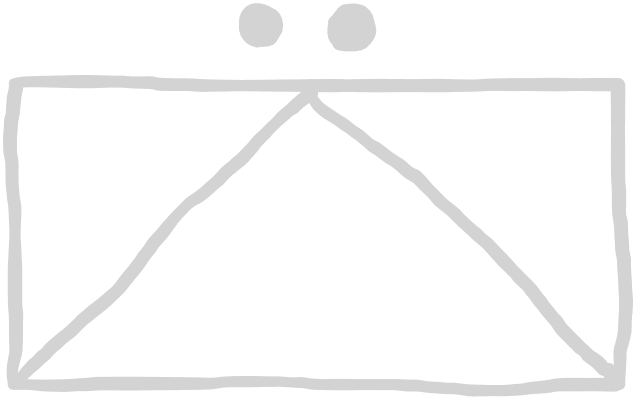
The Excalidraw diagram factions/nato-symbols/blufor/antitank.excalidraw.png in christsven/H.E.A.T, before a commit. Source tidied: one line per element, renumbered; positions are measured from the earlier drawing's top-left corner, leaving out a move shared by most shapes.
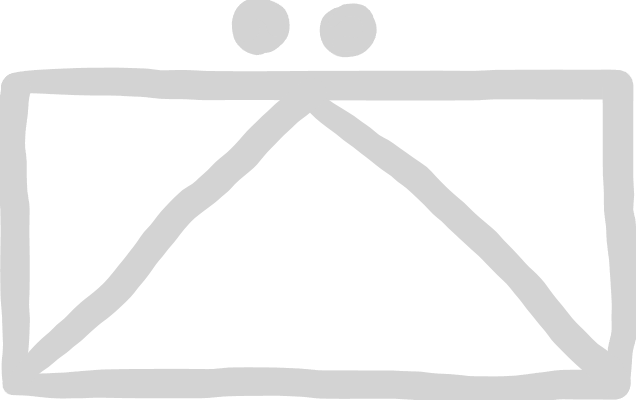
After the change.

Diff of the diagram source:
```diff
@@ -1,11 +1,11 @@
-{"id": 0, "type": "freedraw", "strokeColor": "#1e1e1e", "strokeWidth": 2, "roughness": 1, "x": 4, "y": 74, "width": 602, "height": 4, "points": [[0, 0], [21, -2], [45, -2], [60, -2], [84, -2], [116, -1], [137, -1], [159, 1], [183, 2], [218, 2], [249, 2], [273, 2], [296, 2], [315, 2], [341, 2], [359, 2], [384, 2], [407, 2], [426, 2], [458, 2], [482, 1], [504, 1], [525, 1], [545, 1], [572, 1], [590, 1]]}
+{"id": 0, "type": "freedraw", "strokeColor": "#1e1e1e", "strokeWidth": 4, "roughness": 1, "x": 4, "y": 74, "width": 602, "height": 4, "points": [[0, 0], [21, -2], [45, -2], [60, -2], [84, -2], [116, -1], [137, -1], [159, 1], [183, 2], [218, 2], [249, 2], [273, 2], [296, 2], [315, 2], [341, 2], [359, 2], [384, 2], [407, 2], [426, 2], [458, 2], [482, 1], [504, 1], [525, 1], [545, 1], [572, 1], [590, 1]]}
-{"id": 1, "type": "freedraw", "strokeColor": "#1e1e1e", "strokeWidth": 2, "roughness": 1, "x": 3, "y": 375, "width": 603, "height": 9, "points": [[0, 0], [18, 0], [40, 1], [61, 0], [78, 0], [97, -1], [115, -1], [138, -1], [162, -1], [193, -1], [229, -3], [267, -3], [298, 0], [330, 0], [366, 0], [391, 1], [423, 3], [453, 6], [487, 6], [514, 5], [534, 2], [552, 0], [573, 0], [589, 0], [601, 0]]}
+{"id": 1, "type": "freedraw", "strokeColor": "#1e1e1e", "strokeWidth": 4, "roughness": 1, "x": 3, "y": 375, "width": 603, "height": 9, "points": [[0, 0], [18, 0], [40, 1], [61, 0], [78, 0], [97, -1], [115, -1], [138, -1], [162, -1], [193, -1], [229, -3], [267, -3], [298, 0], [330, 0], [366, 0], [391, 1], [423, 3], [453, 6], [487, 6], [514, 5], [534, 2], [552, 0], [573, 0], [589, 0], [601, 0]]}
-{"id": 2, "type": "freedraw", "strokeColor": "#1e1e1e", "strokeWidth": 2, "roughness": 1, "x": 610, "y": 375, "width": 8, "height": 300, "points": [[0, 0], [0, -9], [0, -16], [0, -25], [0, -33], [3, -48], [5, -60], [6, -75], [6, -84], [5, -99], [4, -114], [4, -123], [2, -132], [2, -144], [1, -160], [-1, -169], [-1, -178], [-1, -187], [-2, -202], [-2, -214], [-2, -223], [-2, -232], [-2, -246], [-2, -259], [-2, -268], [-2, -279], [-2, -286], [-2, -295]]}
+{"id": 2, "type": "freedraw", "strokeColor": "#1e1e1e", "strokeWidth": 4, "roughness": 1, "x": 610, "y": 375, "width": 8, "height": 300, "points": [[0, 0], [0, -9], [0, -16], [0, -25], [0, -33], [3, -48], [5, -60], [6, -75], [6, -84], [5, -99], [4, -114], [4, -123], [2, -132], [2, -144], [1, -160], [-1, -169], [-1, -178], [-1, -187], [-2, -202], [-2, -214], [-2, -223], [-2, -232], [-2, -246], [-2, -259], [-2, -268], [-2, -279], [-2, -286], [-2, -295]]}
-{"id": 3, "type": "freedraw", "strokeColor": "#1e1e1e", "strokeWidth": 2, "roughness": 1, "x": 3, "y": 373, "width": 6, "height": 295, "points": [[0, 0], [-1, -7], [0, -19], [1, -26], [3, -35], [3, -43], [3, -53], [3, -64], [3, -73], [2, -83], [2, -92], [2, -101], [2, -112], [2, -137], [2, -160], [2, -167], [0, -184], [-1, -199], [-1, -215], [-1, -226], [-3, -235], [-3, -247], [-2, -259], [0, -268], [0, -275], [1, -283], [1, -290]]}
+{"id": 3, "type": "freedraw", "strokeColor": "#1e1e1e", "strokeWidth": 4, "roughness": 1, "x": 3, "y": 373, "width": 6, "height": 295, "points": [[0, 0], [-1, -7], [0, -19], [1, -26], [3, -35], [3, -43], [3, -53], [3, -64], [3, -73], [2, -83], [2, -92], [2, -101], [2, -112], [2, -137], [2, -160], [2, -167], [0, -184], [-1, -199], [-1, -215], [-1, -226], [-3, -235], [-3, -247], [-2, -259], [0, -268], [0, -275], [1, -283], [1, -290]]}
-{"id": 4, "type": "freedraw", "strokeColor": "#1e1e1e", "strokeWidth": 2, "roughness": 1, "x": 249, "y": 16, "width": 17, "height": 13, "points": [[0, 0], [-3, 0], [-5, 1], [-6, 2], [-6, 5], [-4, 8], [-1, 10], [2, 11], [5, 11], [8, 11], [10, 10], [11, 7], [11, 4], [10, 3], [9, 0], [6, -2], [3, -2], [0, -2], [-2, 1], [-3, 2], [-2, 4], [-1, 5], [1, 7], [4, 8]]}
+{"id": 4, "type": "freedraw", "strokeColor": "#1e1e1e", "strokeWidth": 4, "roughness": 1, "x": 249, "y": 16, "width": 17, "height": 13, "points": [[0, 0], [-3, 0], [-5, 1], [-6, 2], [-6, 5], [-4, 8], [-1, 10], [2, 11], [5, 11], [8, 11], [10, 10], [11, 7], [11, 4], [10, 3], [9, 0], [6, -2], [3, -2], [0, -2], [-2, 1], [-3, 2], [-2, 4], [-1, 5], [1, 7], [4, 8]]}
-{"id": 5, "type": "freedraw", "strokeColor": "#1e1e1e", "strokeWidth": 2, "roughness": 1, "x": 339, "y": 14, "width": 27, "height": 21, "points": [[0, 0], [-8, 1], [-9, 9], [-5, 13], [2, 15], [8, 12], [10, 5], [6, -1], [-2, -1], [-8, 1], [-9, 9], [-2, 12], [5, 12], [10, 8], [10, 0], [4, -3], [-5, -3], [-12, -2], [-14, 6], [-14, 13], [-10, 18], [-2, 18], [7, 17], [11, 11], [13, 5], [12, -1], [4, -3]]}
+{"id": 5, "type": "freedraw", "strokeColor": "#1e1e1e", "strokeWidth": 4, "roughness": 1, "x": 339, "y": 14, "width": 27, "height": 21, "points": [[0, 0], [-8, 1], [-9, 9], [-5, 13], [2, 15], [8, 12], [10, 5], [6, -1], [-2, -1], [-8, 1], [-9, 9], [-2, 12], [5, 12], [10, 8], [10, 0], [4, -3], [-5, -3], [-12, -2], [-14, 6], [-14, 13], [-10, 18], [-2, 18], [7, 17], [11, 11], [13, 5], [12, -1], [4, -3]]}
-{"id": 6, "type": "freedraw", "strokeColor": "#1e1e1e", "strokeWidth": 2, "roughness": 1, "x": 259, "y": 9, "width": 29, "height": 28, "points": [[0, 0], [-7, 0], [-13, 0], [-18, 2], [-19, 5], [-21, 8], [-21, 12], [-18, 17], [-14, 18], [-11, 20], [-8, 21], [-3, 21], [1, 20], [3, 16], [6, 13], [7, 8], [7, 4], [6, -1], [2, -4], [-3, -5], [-9, -7], [-13, -7], [-18, -6], [-19, -3], [-22, -1], [-22, 3], [-22, 8], [-22, 12], [-20, 17], [-17, 20], [-14, 21], [-11, 21]]}
+{"id": 6, "type": "freedraw", "strokeColor": "#1e1e1e", "strokeWidth": 4, "roughness": 1, "x": 259, "y": 9, "width": 29, "height": 28, "points": [[0, 0], [-7, 0], [-13, 0], [-18, 2], [-19, 5], [-21, 8], [-21, 12], [-18, 17], [-14, 18], [-11, 20], [-8, 21], [-3, 21], [1, 20], [3, 16], [6, 13], [7, 8], [7, 4], [6, -1], [2, -4], [-3, -5], [-9, -7], [-13, -7], [-18, -6], [-19, -3], [-22, -1], [-22, 3], [-22, 8], [-22, 12], [-20, 17], [-17, 20], [-14, 21], [-11, 21]]}
 {"id": 7, "type": "freedraw", "strokeColor": "#1e1e1e", "strokeWidth": 2, "roughness": 1, "x": 323, "y": 12, "width": 36, "height": 34, "points": [[0, 0], [1, -1], [4, -4], [6, -7], [7, -9], [10, -10], [12, -12], [15, -12], [18, -12], [21, -12], [24, -12], [27, -12], [28, -11], [31, -8], [33, -6], [33, -3], [34, -2], [34, 1], [36, 4], [36, 7], [36, 10], [36, 13], [35, 15], [33, 16], [32, 18], [29, 19], [27, 21], [24, 22], [21, 22], [18, 22], [15, 22], [12, 22], [9, 22], [8, 21], [6, 21]]}
-{"id": 8, "type": "freedraw", "strokeColor": "#1e1e1e", "strokeWidth": 2, "roughness": 1, "x": 266, "y": 17, "width": 31, "height": 19, "points": [[0, 0], [1, 0], [1, -2], [1, -3], [1, -5], [0, -5], [0, -6], [-1, -8], [-1, -9], [-1, -11], [-3, -11], [-3, -12], [-4, -12], [-6, -14], [-7, -14], [-7, -15], [-9, -15], [-10, -15], [-12, -15], [-12, -17], [-13, -17], [-15, -17], [-16, -17], [-18, -17], [-19, -17], [-21, -17], [-22, -17], [-24, -17], [-25, -17], [-25, -16], [-27, -16], [-28, -14], [-28, -13], [-30, -11], [-30, -10], [-30, -8], [-30, -7], [-30, -5], [-30, -4], [-30, -2], [-30, -1], [-30, 1], [-30, 2], [-30, 2]]}
+{"id": 8, "type": "freedraw", "strokeColor": "#1e1e1e", "strokeWidth": 4, "roughness": 1, "x": 266, "y": 17, "width": 31, "height": 19, "points": [[0, 0], [1, 0], [1, -2], [1, -3], [1, -5], [0, -5], [0, -6], [-1, -8], [-1, -9], [-1, -11], [-3, -11], [-3, -12], [-4, -12], [-6, -14], [-7, -14], [-7, -15], [-9, -15], [-10, -15], [-12, -15], [-12, -17], [-13, -17], [-15, -17], [-16, -17], [-18, -17], [-19, -17], [-21, -17], [-22, -17], [-24, -17], [-25, -17], [-25, -16], [-27, -16], [-28, -14], [-28, -13], [-30, -11], [-30, -10], [-30, -8], [-30, -7], [-30, -5], [-30, -4], [-30, -2], [-30, -1], [-30, 1], [-30, 2], [-30, 2]]}
-{"id": 9, "type": "freedraw", "strokeColor": "#1e1e1e", "strokeWidth": 2, "roughness": 1, "x": 302, "y": 87, "width": 304, "height": 286, "points": [[0, 0], [7, 10], [27, 24], [46, 37], [58, 48], [76, 60], [91, 70], [105, 79], [123, 97], [139, 112], [156, 129], [169, 141], [183, 154], [193, 165], [204, 175], [216, 189], [225, 199], [234, 211], [247, 226], [256, 238], [267, 249], [274, 256], [285, 264], [292, 273], [297, 273], [301, 282]]}
+{"id": 9, "type": "freedraw", "strokeColor": "#1e1e1e", "strokeWidth": 4, "roughness": 1, "x": 302, "y": 87, "width": 304, "height": 286, "points": [[0, 0], [7, 10], [27, 24], [46, 37], [58, 48], [76, 60], [91, 70], [105, 79], [123, 97], [139, 112], [156, 129], [169, 141], [183, 154], [193, 165], [204, 175], [216, 189], [225, 199], [234, 211], [247, 226], [256, 238], [267, 249], [274, 256], [285, 264], [292, 273], [297, 273], [301, 282]]}
-{"id": 10, "type": "freedraw", "strokeColor": "#1e1e1e", "strokeWidth": 2, "roughness": 1, "x": 8, "y": 373, "width": 294, "height": 291, "points": [[0, 0], [4, -7], [10, -15], [16, -19], [25, -28], [37, -39], [48, -48], [61, -60], [72, -69], [81, -76], [94, -88], [105, -100], [117, -114], [126, -126], [135, -139], [147, -153], [166, -175], [177, -184], [189, -193], [204, -205], [213, -216], [225, -225], [240, -243], [256, -258], [267, -268], [274, -274], [280, -280], [288, -286], [294, -291]]}
+{"id": 10, "type": "freedraw", "strokeColor": "#1e1e1e", "strokeWidth": 4, "roughness": 1, "x": 8, "y": 373, "width": 294, "height": 291, "points": [[0, 0], [4, -7], [10, -15], [16, -19], [25, -28], [37, -39], [48, -48], [61, -60], [72, -69], [81, -76], [94, -88], [105, -100], [117, -114], [126, -126], [135, -139], [147, -153], [166, -175], [177, -184], [189, -193], [204, -205], [213, -216], [225, -225], [240, -243], [256, -258], [267, -268], [274, -274], [280, -280], [288, -286], [294, -291]]}
```
